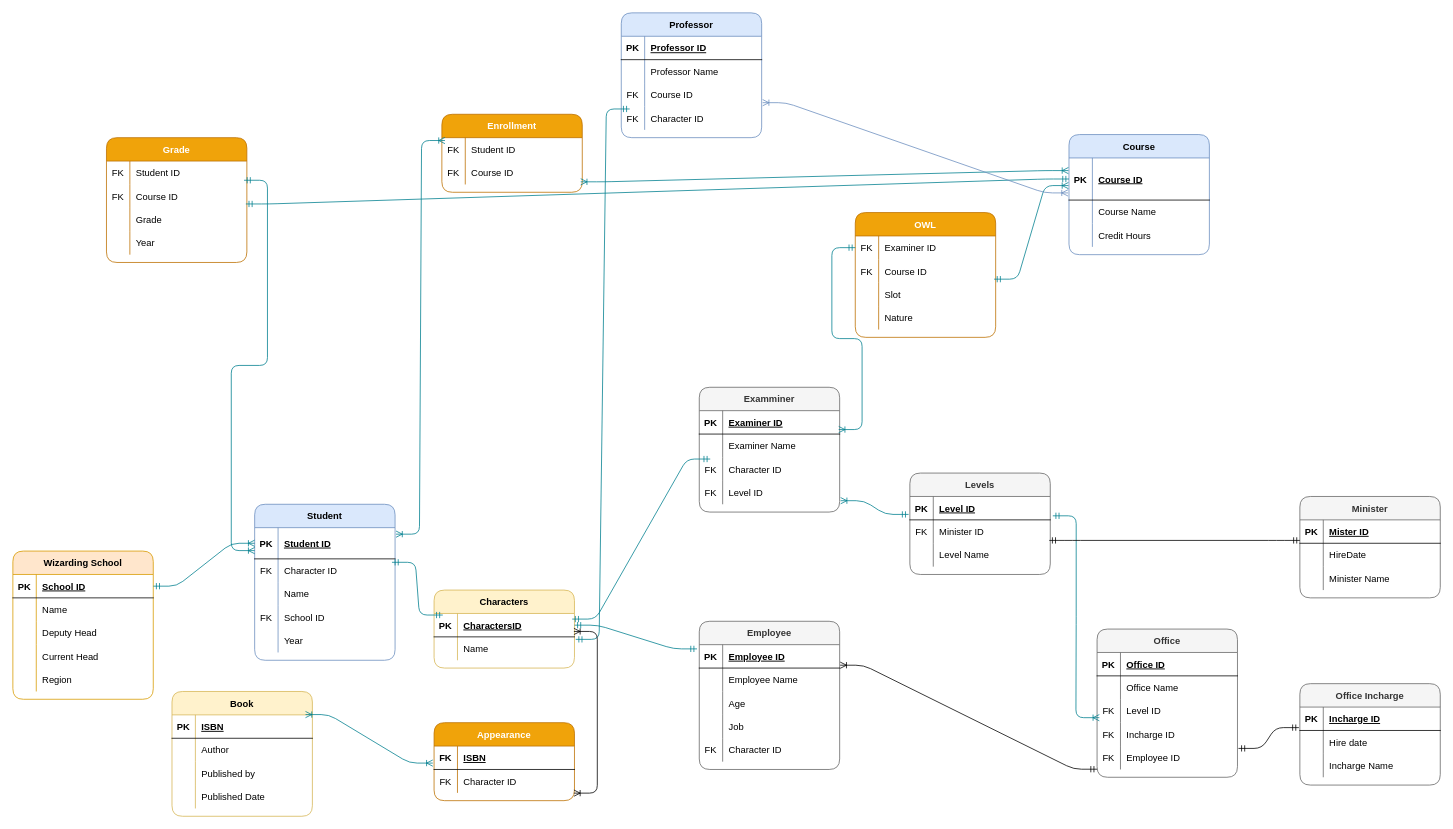
mans00rahmed/Introduction-To-Databse-Lab keeps this draw.io diagram as LabExam-ERD.drawio. Above is the earlier version. Source tidied: cells renumbered, new cells numbered last; positions are measured from the earlier drawing's top-left corner, leaving out a move shared by most shapes. Both pictures are drawn from the tidied source at 78%, with x=0, y=0 at pixel (12, 12).
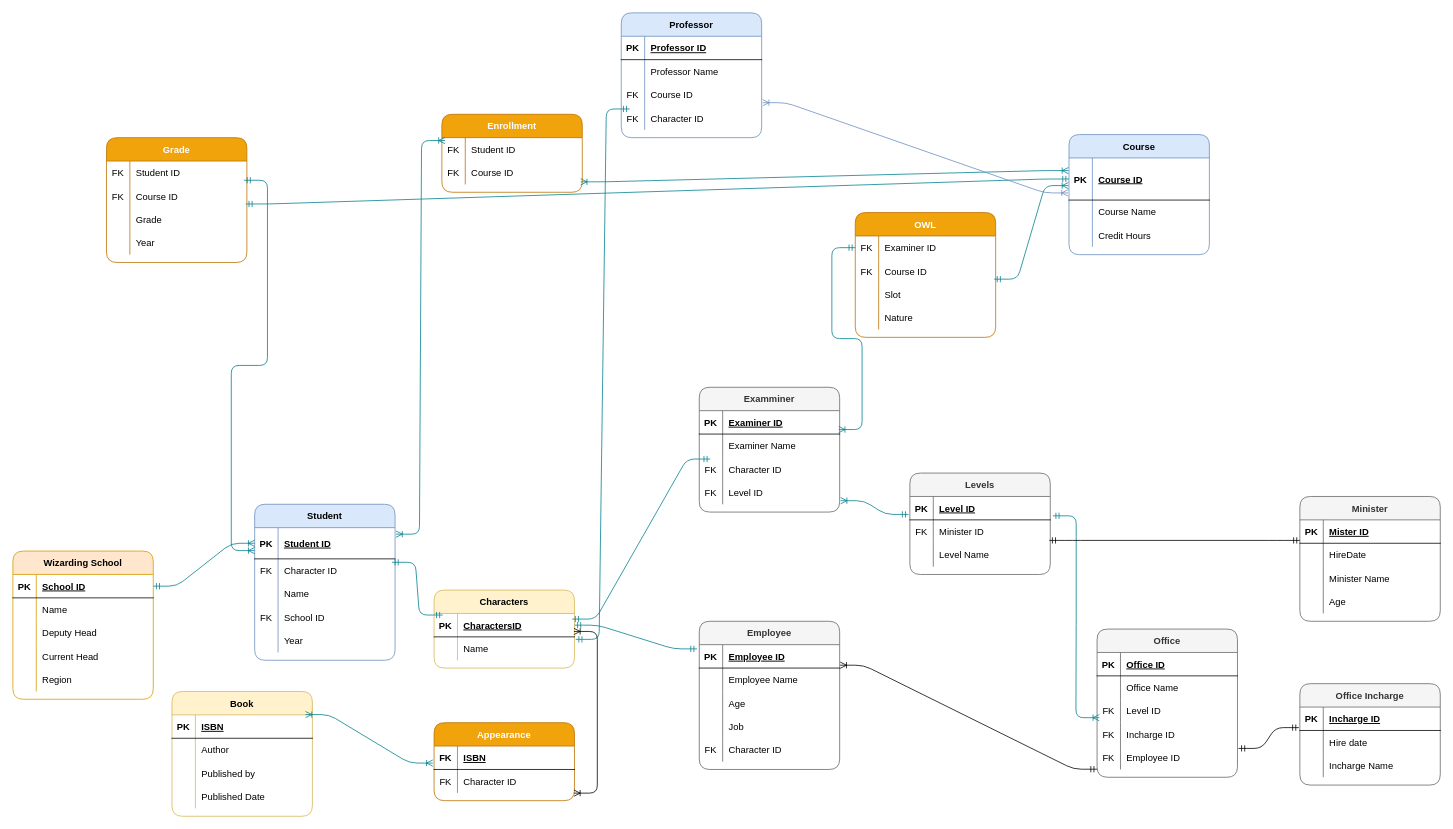
Above is the later version.

What changed in the source:
```diff
@@
     <mxCell id="196" value="Minister" style="shape=table;startSize=30;childLayout=tableLayout;rowLines=0;fontStyle=1;align=center;rounded=1;fillColor=#f5f5f5;strokeColor=#666666;fontColor=#333333;" parent="1" vertex="1">
-      <mxGeometry x="1650" y="620" width="180" height="130" as="geometry" />
+      <mxGeometry x="1650" y="620" width="180" height="160" as="geometry" />
     </mxCell>
@@
+    <mxCell id="211" style="shape=partialRectangle;fillColor=none;top=0;left=0;bottom=0;right=0;" parent="196" vertex="1">
+      <mxGeometry y="120" width="180" height="30" as="geometry" />
+    </mxCell>
+    <mxCell id="212" style="shape=partialRectangle;fillColor=none;top=0;left=0;bottom=0;right=0;overflow=hidden;" parent="211" vertex="1">
+      <mxGeometry width="30" height="30" as="geometry" />
+    </mxCell>
+    <mxCell id="213" value="Age" style="shape=partialRectangle;fillColor=none;top=0;left=0;bottom=0;right=0;align=left;spacingLeft=6;overflow=hidden;" parent="211" vertex="1">
+      <mxGeometry x="30" width="150" height="30" as="geometry" />
+    </mxCell>
```
